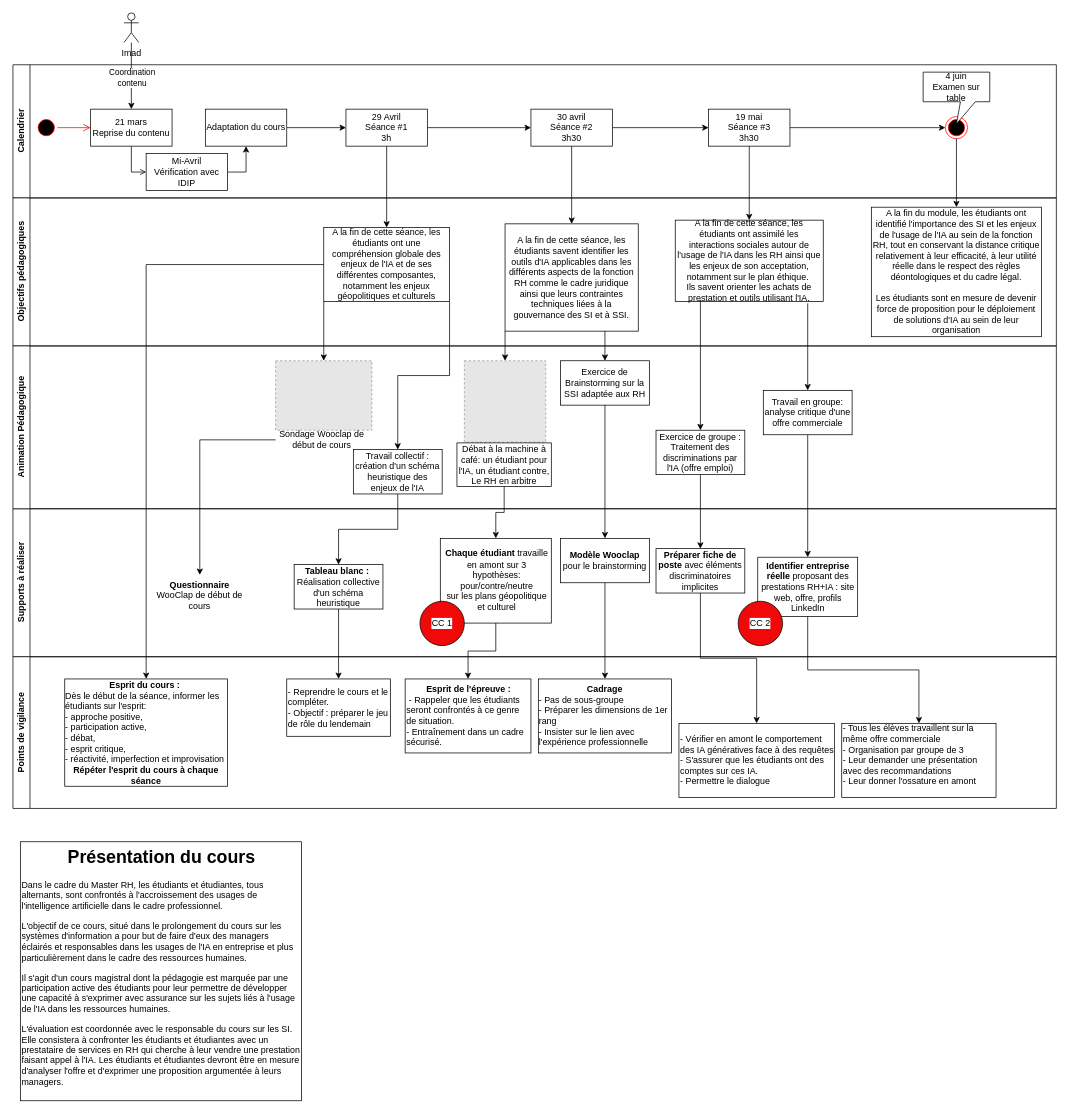
Before: page "Parcours pédagogique" (1 of 3) of Cours IA et RH.drawio in Fabrice-64/Drawings, a draw.io diagram. Source tidied: cells renumbered, new cells numbered last; positions are measured from the earlier drawing's top-left corner, leaving out a move shared by most shapes. Both pictures are drawn from the tidied source at 74%, with x=0, y=0 at pixel (13, 13). Pictures stored in the file or linked from it are replaced by grey dashed boxes.
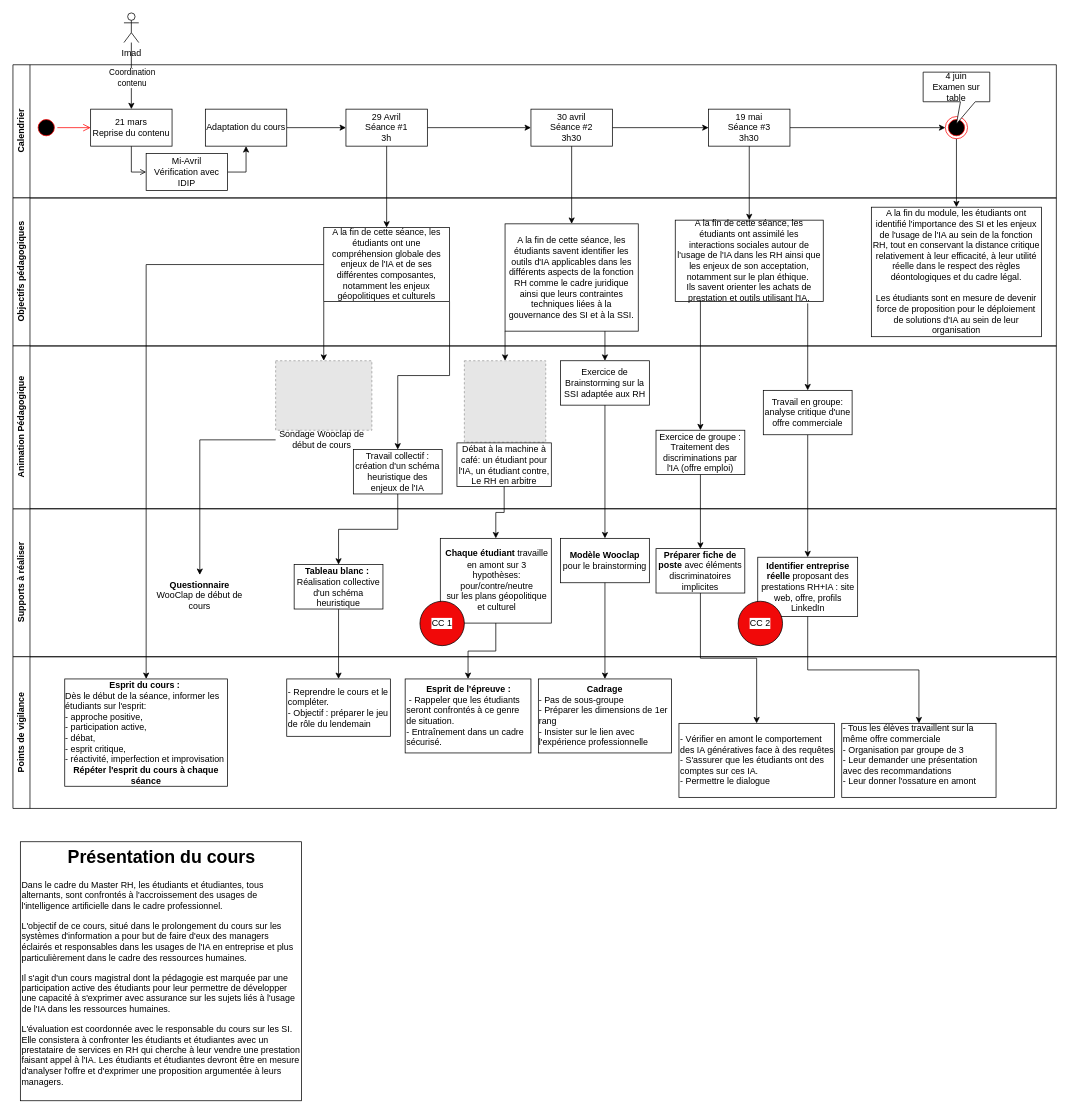
The same page after the edit.

Commit message:
Mettre à jour Cours IA et RH.drawio

Unchanged cells that the change refers to:
```xml
<mxCell id="26" value="Objectifs pédagogiques" style="swimlane;horizontal=0;whiteSpace=wrap;html=1;perimeterSpacing=1;" parent="1" vertex="1">
  <mxGeometry y="250" width="1410" height="200" as="geometry" />
</mxCell>
```

Change to the diagram source:
```diff
@@
-    <mxCell id="28" value="A la fin de cette séance, les étudiants savent identifier les outils d'IA applicables dans les différents aspects de la fonction RH comme le cadre juridique ainsi que leurs contraintes techniques liées à la gouvernance des SI et à SSI." style="html=1;whiteSpace=wrap;" parent="26" vertex="1">
+    <mxCell id="28" value="A la fin de cette séance, les étudiants savent identifier les outils d'IA applicables dans les différents aspects de la fonction RH comme le cadre juridique ainsi que leurs contraintes techniques liées à la gouvernance des SI et à la SSI." style="html=1;whiteSpace=wrap;" parent="26" vertex="1">
       <mxGeometry x="665" y="35" width="180" height="145" as="geometry" />
     </mxCell>
```
